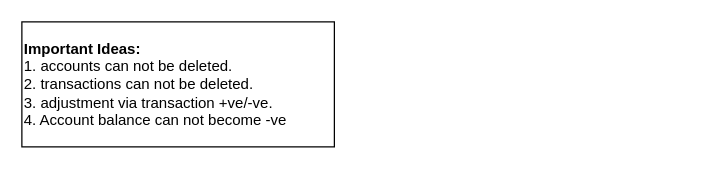
Above: page "pointers" (2 of 4) of architecture/personal_finance_utility.drawio in pogo420/persofin (draw.io), before the change. Source tidied: cells renumbered, new cells numbered last; positions are measured from the earlier drawing's top-left corner, leaving out a move shared by most shapes. Both pictures are drawn from the tidied source at 125%, with x=0, y=0 at pixel (21, 21).
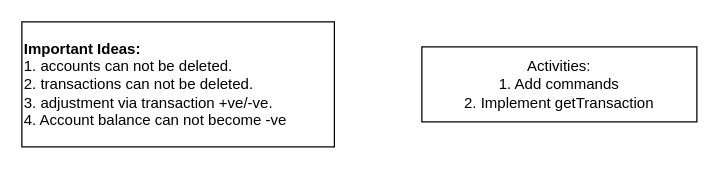
Above is the later version.

Commit message:
update architecture data

What changed in the source:
```diff
@@
 <mxGraphModel>
   <root>
     <mxCell id="0" />
     <mxCell id="1" parent="0" />
     <mxCell id="2" value="&lt;b&gt;Important Ideas:&lt;br&gt;&lt;/b&gt;1. accounts can not be deleted.&lt;br&gt;2. transactions can not be deleted.&lt;br&gt;3. adjustment via transaction +ve/-ve.&lt;br&gt;4. Account balance can not become -ve" style="rounded=0;whiteSpace=wrap;html=1;align=left;" parent="1" vertex="1">
       <mxGeometry width="250" height="100" as="geometry" />
     </mxCell>
+    <mxCell id="3" value="Activities:&lt;br&gt;1. Add commands&lt;br&gt;2. Implement getTransaction" style="rounded=0;whiteSpace=wrap;html=1;" parent="1" vertex="1">
+      <mxGeometry x="320" y="20" width="220" height="60" as="geometry" />
+    </mxCell>
   </root>
 </mxGraphModel>
```
